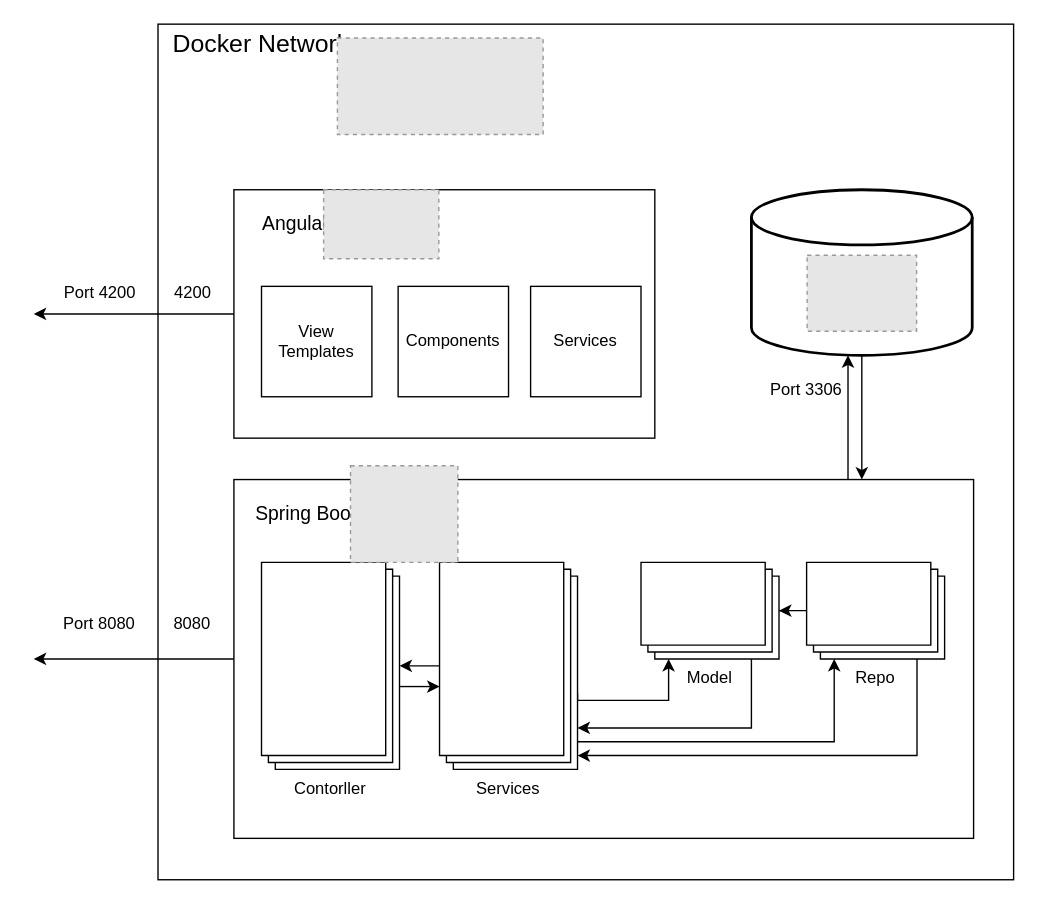
Earlier version of the draw.io diagram docs/resources/src/SystemOverview.drawio (Golo300/Kantinerado). Source tidied: cells renumbered, new cells numbered last; positions are measured from the earlier drawing's top-left corner, leaving out a move shared by most shapes. Both pictures are drawn from the tidied source at 138%, with x=0, y=0 at pixel (33, 23). Pictures stored in the file or linked from it are replaced by grey dashed boxes.
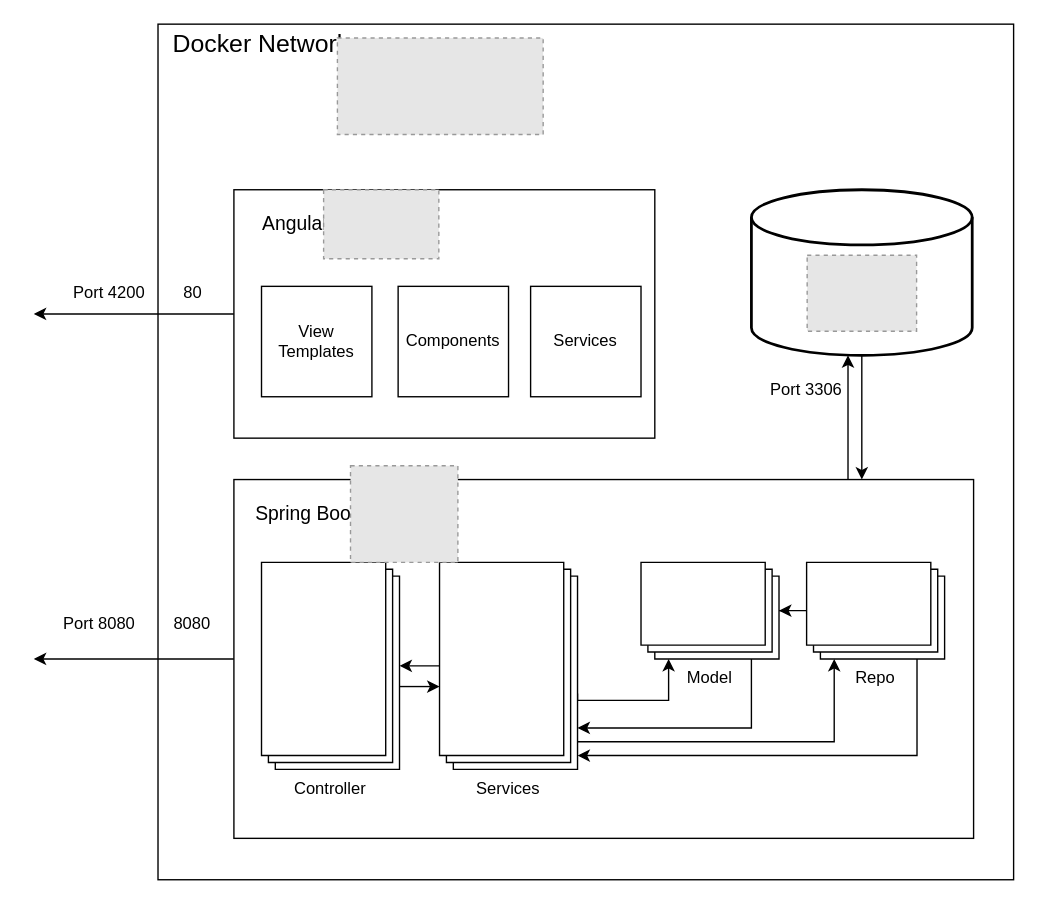
The same page after the edit.

What changed in the source:
```diff
@@
-    <mxCell id="17" value="Contorller" style="verticalLabelPosition=bottom;verticalAlign=top;html=1;shape=mxgraph.basic.layered_rect;dx=10;outlineConnect=0;whiteSpace=wrap;" parent="1" vertex="1">
+    <mxCell id="17" value="Controller" style="verticalLabelPosition=bottom;verticalAlign=top;html=1;shape=mxgraph.basic.layered_rect;dx=10;outlineConnect=0;whiteSpace=wrap;" parent="1" vertex="1">
       <mxGeometry x="165" y="390" width="100" height="150" as="geometry" />
     </mxCell>
@@
-    <mxCell id="30" value="Port 4200&lt;span style=&quot;white-space: pre;&quot;&gt;&#9;&lt;/span&gt;4200" style="text;html=1;strokeColor=none;fillColor=none;align=center;verticalAlign=middle;whiteSpace=wrap;rounded=0;" parent="1" vertex="1">
+    <mxCell id="30" value="Port 4200&lt;span style=&quot;white-space: pre;&quot;&gt;&#9;&lt;/span&gt;80" style="text;html=1;strokeColor=none;fillColor=none;align=center;verticalAlign=middle;whiteSpace=wrap;rounded=0;" parent="1" vertex="1">
       <mxGeometry x="20" y="180" width="111" height="30" as="geometry" />
     </mxCell>
```
